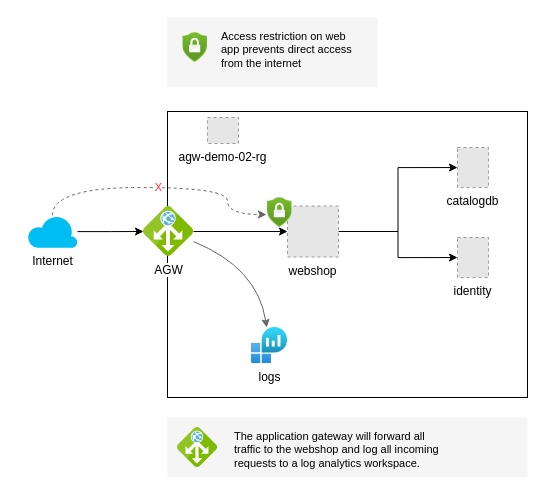
bbtsoftware/agw-demo keeps this draw.io diagram as page "Page-1" (1 of 2) of scenario-02/scenario-02.drawio. Above is the earlier version. Source tidied: cells renumbered, new cells numbered last; positions are measured from the earlier drawing's top-left corner, leaving out a move shared by most shapes. Both pictures are drawn from the tidied source at 100%, with x=0, y=0 at pixel (27, 17). Pictures stored in the file or linked from it are replaced by grey dashed boxes.
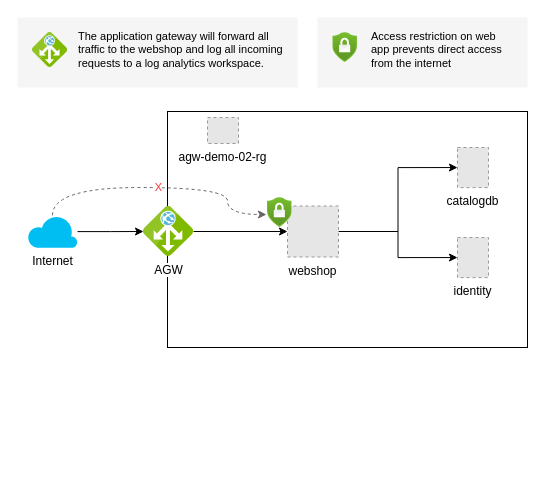
The same page after the edit.

Unchanged cells that the change refers to:
```xml
<mxCell id="12" value="AGW" style="sketch=0;html=1;points=[];align=center;image;fontSize=12;image=img/lib/mscae/Application_Gateway.svg;" parent="1" vertex="1">
  <mxGeometry x="116" y="189" width="50" height="50" as="geometry" />
</mxCell>
```

Change to the diagram source:
```diff
@@
     <mxCell id="2" style="rounded=0;whiteSpace=wrap;html=1;fontSize=11;fontColor=#333333;strokeColor=none;fillColor=#f5f5f5;" parent="1" vertex="1">
-      <mxGeometry x="140" width="210" height="70" as="geometry" />
+      <mxGeometry x="290" width="210" height="70" as="geometry" />
     </mxCell>
     <mxCell id="3" style="whiteSpace=wrap;html=1;" parent="1" vertex="1">
-      <mxGeometry x="140" y="94" width="360" height="286" as="geometry" />
+      <mxGeometry x="140" y="94" width="360" height="236" as="geometry" />
     </mxCell>
@@
     <mxCell id="16" value="&lt;div style=&quot;font-size: 11px;&quot;&gt;&lt;br style=&quot;font-size: 11px;&quot;&gt;&lt;/div&gt;&lt;div style=&quot;font-size: 11px;&quot;&gt;Access restriction on web app prevents direct access from the internet&lt;br style=&quot;font-size: 11px;&quot;&gt;&lt;/div&gt;" style="text;html=1;strokeColor=none;fillColor=none;spacing=5;spacingTop=-20;whiteSpace=wrap;overflow=hidden;rounded=0;fontColor=#000000;fontSize=11;" parent="1" vertex="1">
-      <mxGeometry x="189.3" y="10" width="148.3" height="50" as="geometry" />
+      <mxGeometry x="339.3" y="10" width="148.3" height="50" as="geometry" />
     </mxCell>
     <mxCell id="17" style="html=1;align=center;image;fontSize=12;image=img/lib/azure2/security/Security_Center.svg;fontColor=#FF3333;" parent="1" vertex="1">
-      <mxGeometry x="155.3" y="15" width="24.7" height="30" as="geometry" />
+      <mxGeometry x="305.3" y="15" width="24.7" height="30" as="geometry" />
     </mxCell>
     <mxCell id="18" style="rounded=0;whiteSpace=wrap;html=1;fontSize=11;fontColor=#333333;strokeColor=none;fillColor=#f5f5f5;" parent="1" vertex="1">
-      <mxGeometry x="140" y="400" width="360" height="60" as="geometry" />
+      <mxGeometry x="-10" width="280" height="70" as="geometry" />
     </mxCell>
     <mxCell id="19" style="sketch=0;html=1;align=center;image;fontSize=12;image=img/lib/mscae/Application_Gateway.svg;" parent="1" vertex="1">
-      <mxGeometry x="150" y="410" width="40" height="40" as="geometry" />
+      <mxGeometry x="5" y="15" width="35" height="35" as="geometry" />
     </mxCell>
     <mxCell id="20" value="&lt;br&gt;The application gateway will forward all traffic to the webshop and log all incoming requests to a log analytics workspace." style="text;html=1;strokeColor=none;fillColor=none;spacing=5;spacingTop=-20;whiteSpace=wrap;overflow=hidden;rounded=0;fontColor=#000000;fontSize=11;" parent="1" vertex="1">
-      <mxGeometry x="201.7" y="410" width="218.3" height="50" as="geometry" />
+      <mxGeometry x="46.4" y="10" width="218.3" height="50" as="geometry" />
     </mxCell>
-    <mxCell id="21" value="logs" style="html=1;points=[];align=center;image;fontSize=12;image=img/lib/azure2/analytics/Log_Analytics_Workspaces.svg;fontColor=#000000;" parent="1" vertex="1">
-      <mxGeometry x="224" y="310" width="36" height="36" as="geometry" />
-    </mxCell>
-    <mxCell id="22" style="endArrow=classic;html=1;rounded=0;strokeColor=#666666;fontSize=11;fontColor=#000000;curved=1;" parent="1" edge="1" source="12" target="21">
-      <mxGeometry relative="1" as="geometry">
-        <Array as="points">
-          <mxPoint x="230" y="250" />
-        </Array>
-      </mxGeometry>
-    </mxCell>
```
